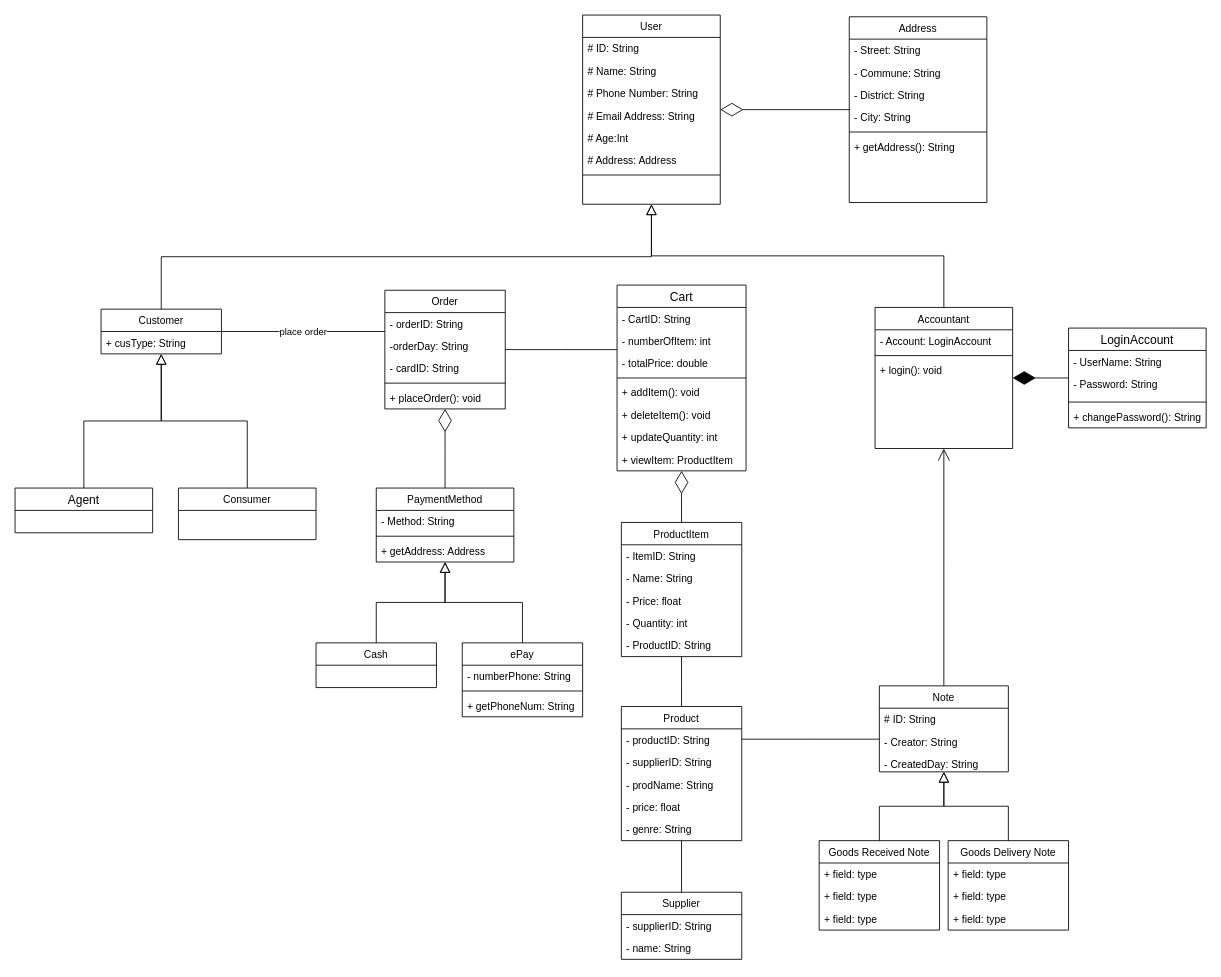
Earlier version of the draw.io diagram Class Diagram.drawio (npptGithub/software-engineering-finalproject). Source tidied: cells renumbered, new cells numbered last; positions are measured from the earlier drawing's top-left corner, leaving out a move shared by most shapes. Both pictures are drawn from the tidied source at 86%, with x=0, y=0 at pixel (15, 15).
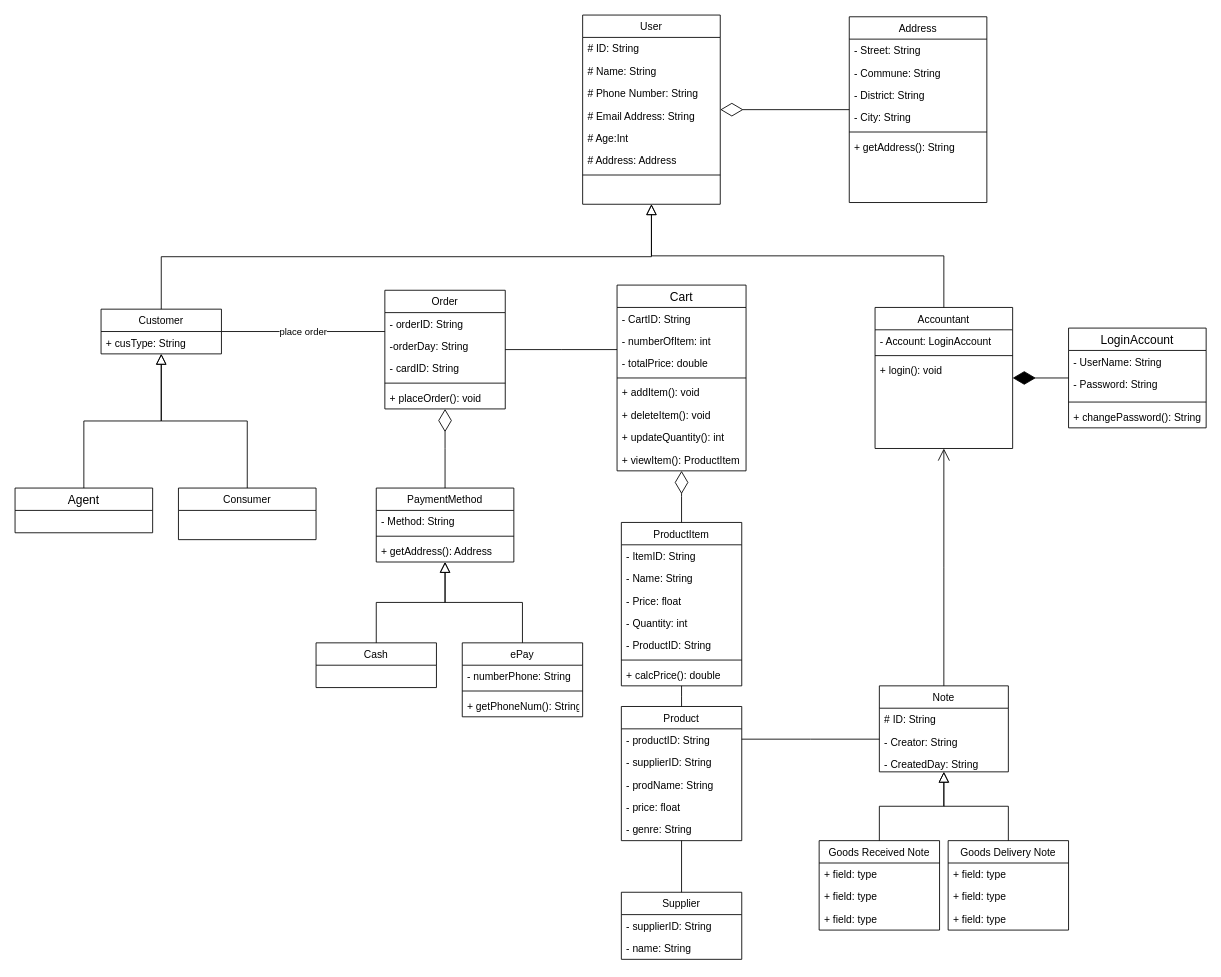
The same diagram, later.

Unchanged cells that the change refers to:
```xml
<mxCell id="31" value="Cart" style="swimlane;fontStyle=0;horizontal=1;startSize=26;align=center;fontSize=14;fillColor=none;" parent="1" vertex="1">
  <mxGeometry x="700" y="314" width="150" height="216" as="geometry" />
</mxCell>
<mxCell id="66" value="PaymentMethod" style="swimlane;fontStyle=0;horizontal=1;startSize=26;fillColor=none;rounded=0;shadow=0;glass=0;sketch=0;" parent="1" vertex="1">
  <mxGeometry x="420" y="550" width="160" height="86" as="geometry" />
</mxCell>
<mxCell id="85" value="ePay" style="swimlane;fontStyle=0;horizontal=1;startSize=26;fillColor=none;" parent="1" vertex="1">
  <mxGeometry x="520" y="730" width="140" height="86" as="geometry" />
</mxCell>
```

Diff of the diagram source:
```diff
@@
-    <mxCell id="38" value="+ updateQuantity: int" style="text;strokeColor=none;fillColor=none;align=left;verticalAlign=top;spacingLeft=4;spacingRight=4;overflow=hidden;" parent="31" vertex="1">
+    <mxCell id="38" value="+ updateQuantity(): int" style="text;strokeColor=none;fillColor=none;align=left;verticalAlign=top;spacingLeft=4;spacingRight=4;overflow=hidden;" parent="31" vertex="1">
       <mxGeometry y="164" width="150" height="26" as="geometry" />
     </mxCell>
-    <mxCell id="39" value="+ viewItem: ProductItem" style="text;strokeColor=none;fillColor=none;align=left;verticalAlign=top;spacingLeft=4;spacingRight=4;overflow=hidden;" parent="31" vertex="1">
+    <mxCell id="39" value="+ viewItem(): ProductItem" style="text;strokeColor=none;fillColor=none;align=left;verticalAlign=top;spacingLeft=4;spacingRight=4;overflow=hidden;" parent="31" vertex="1">
       <mxGeometry y="190" width="150" height="26" as="geometry" />
     </mxCell>
@@
-    <mxCell id="69" value="+ getAddress: Address" style="text;strokeColor=none;fillColor=none;align=left;verticalAlign=top;spacingLeft=4;spacingRight=4;overflow=hidden;" parent="66" vertex="1">
+    <mxCell id="69" value="+ getAddress(): Address" style="text;strokeColor=none;fillColor=none;align=left;verticalAlign=top;spacingLeft=4;spacingRight=4;overflow=hidden;" parent="66" vertex="1">
       <mxGeometry y="60" width="160" height="26" as="geometry" />
     </mxCell>
@@
     <mxCell id="72" value="ProductItem" style="swimlane;fontStyle=0;horizontal=1;startSize=26;fillColor=none;" parent="1" vertex="1">
-      <mxGeometry x="705" y="590" width="140" height="156" as="geometry" />
+      <mxGeometry x="705" y="590" width="140" height="190" as="geometry" />
     </mxCell>
@@
+    <mxCell id="99" style="line;strokeWidth=1;fillColor=none;align=left;verticalAlign=middle;spacingTop=-1;spacingLeft=3;spacingRight=3;labelPosition=right;strokeColor=inherit;" parent="72" vertex="1">
+      <mxGeometry y="156" width="140" height="8" as="geometry" />
+    </mxCell>
+    <mxCell id="100" value="+ calcPrice(): double" style="text;strokeColor=none;fillColor=none;align=left;verticalAlign=top;spacingLeft=4;spacingRight=4;overflow=hidden;" parent="72" vertex="1">
+      <mxGeometry y="164" width="140" height="26" as="geometry" />
+    </mxCell>
@@
-    <mxCell id="88" value="+ getPhoneNum: String" style="text;strokeColor=none;fillColor=none;align=left;verticalAlign=top;spacingLeft=4;spacingRight=4;overflow=hidden;" parent="85" vertex="1">
+    <mxCell id="88" value="+ getPhoneNum(): String" style="text;strokeColor=none;fillColor=none;align=left;verticalAlign=top;spacingLeft=4;spacingRight=4;overflow=hidden;" parent="85" vertex="1">
       <mxGeometry y="60" width="140" height="26" as="geometry" />
     </mxCell>
```
